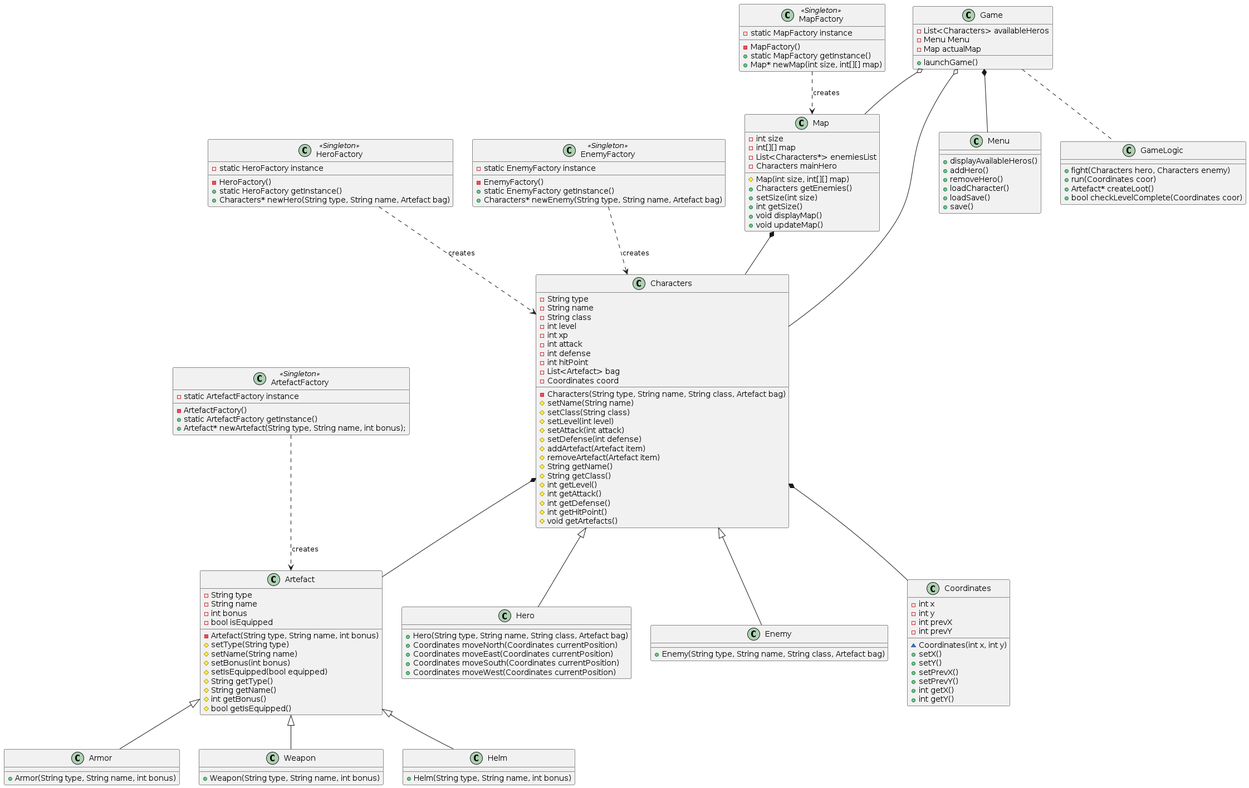
Before: diagrammUML.png, a diagram exported from PlantUML (cypri1-dev/swingy).
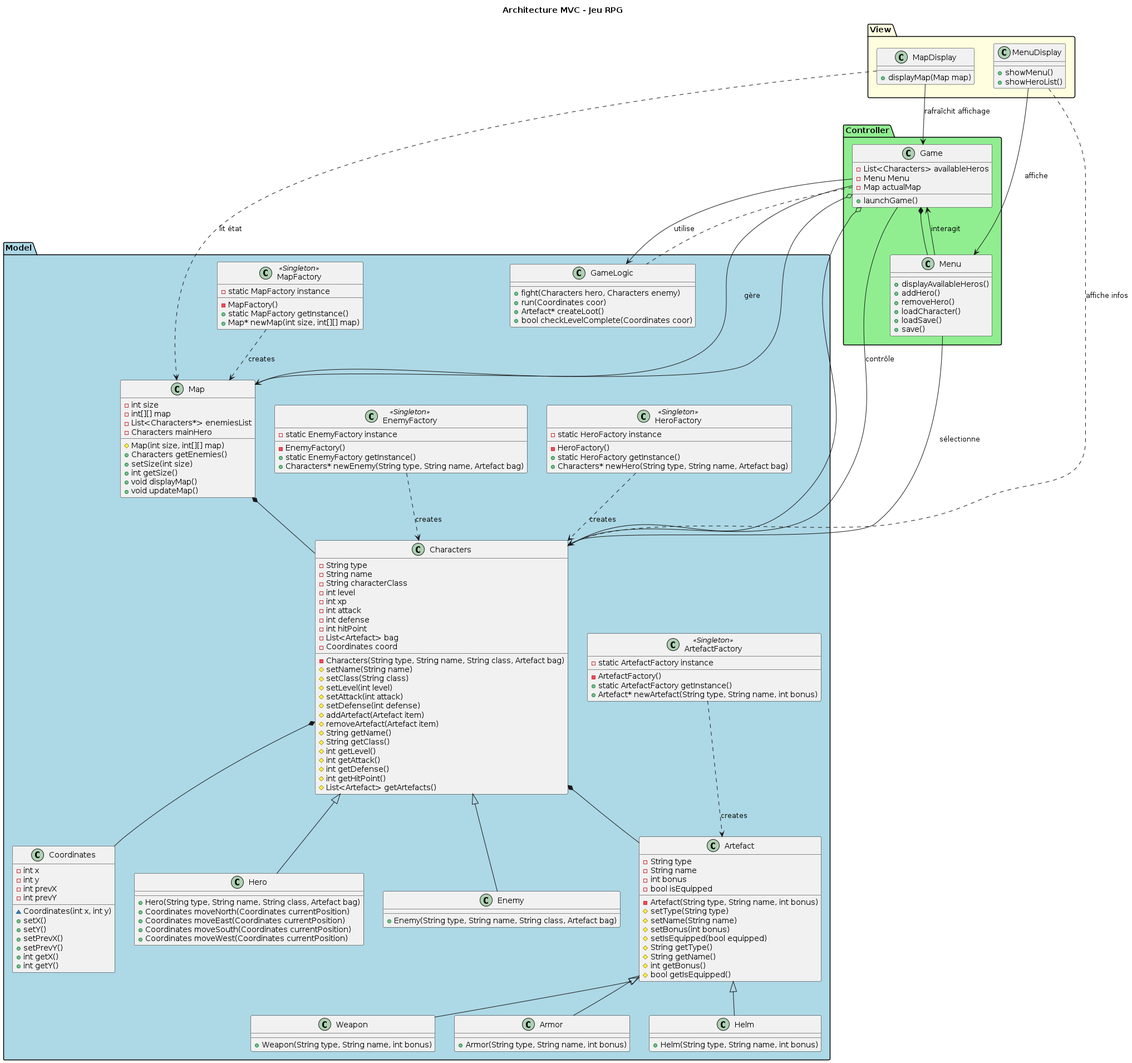
After the commit.

Commit message:
[MODIF]: add MVC preset

What changed in the source:
```diff
@@ -1,4 +1,168 @@
 @startuml
+title Architecture MVC - Jeu RPG
+
+
+package "Model" #LightBlue {
+  class Characters {
+    -String type
+    -String name
+    -String characterClass
+    -int level
+    -int xp
+    -int attack
+    -int defense
+    -int hitPoint
+    -List<Artefact> bag
+    -Coordinates coord
+    -Characters(String type, String name, String class, Artefact bag)
+    #setName(String name)
+    #setClass(String class)
+    #setLevel(int level)
+    #setAttack(int attack)
+    #setDefense(int defense)
+    #addArtefact(Artefact item)
+    #removeArtefact(Artefact item)
+    #String getName()
+    #String getClass()
+    #int getLevel()
+    #int getAttack()
+    #int getDefense()
+    #int getHitPoint()
+    #List<Artefact> getArtefacts()
+  }
+
+  class Hero {
+    +Hero(String type, String name, String class, Artefact bag)
+    +Coordinates moveNorth(Coordinates currentPosition)
+    +Coordinates moveEast(Coordinates currentPosition)
+    +Coordinates moveSouth(Coordinates currentPosition)
+    +Coordinates moveWest(Coordinates currentPosition)
+  }
+
+  class Enemy {
+    +Enemy(String type, String name, String class, Artefact bag)
+  }
+
+  class Artefact {
+    -String type
+    -String name
+    -int bonus
+    -bool isEquipped
+    -Artefact(String type, String name, int bonus)
+    #setType(String type)
+    #setName(String name)
+    #setBonus(int bonus)
+    #setIsEquipped(bool equipped)
+    #String getType()
+    #String getName()
+    #int getBonus()
+    #bool getIsEquipped()
+  }
+
+  class Weapon {
+    +Weapon(String type, String name, int bonus)
+  }
+
+  class Armor {
+    +Armor(String type, String name, int bonus)
+  }
+
+  class Helm {
+    +Helm(String type, String name, int bonus)
+  }
+
+  class Coordinates {
+    -int x
+    -int y
+    -int prevX
+    -int prevY
+    ~Coordinates(int x, int y)
+    +setX()
+    +setY()
+    +setPrevX()
+    +setPrevY()
+    +int getX()
+    +int getY()
+  }
+
+  class Map {
+    -int size
+    -int[][] map
+    -List<Characters*> enemiesList
+    -Characters mainHero
+    #Map(int size, int[][] map)
+    +Characters getEnemies()
+    +setSize(int size)
+    +int getSize()
+    +void displayMap()
+    +void updateMap()
+  }
+
+  class GameLogic {
+    +fight(Characters hero, Characters enemy)
+    +run(Coordinates coor)
+    +Artefact* createLoot()
+    +bool checkLevelComplete(Coordinates coor)
+  }
+
+  class HeroFactory <<Singleton>> {
+    -static HeroFactory instance
+    -HeroFactory()
+    +static HeroFactory getInstance()
+    +Characters* newHero(String type, String name, Artefact bag)
+  }
+
+  class EnemyFactory <<Singleton>> {
+    -static EnemyFactory instance
+    -EnemyFactory()
+    +static EnemyFactory getInstance()
+    +Characters* newEnemy(String type, String name, Artefact bag)
+  }
+
+  class ArtefactFactory <<Singleton>> {
+    -static ArtefactFactory instance
+    -ArtefactFactory()
+    +static ArtefactFactory getInstance()
+    +Artefact* newArtefact(String type, String name, int bonus)
+  }
+
+  class MapFactory <<Singleton>> {
+    -static MapFactory instance
+    -MapFactory()
+    +static MapFactory getInstance()
+    +Map* newMap(int size, int[][] map)
+  }
+}
+
+package "Controller" #LightGreen {
+  class Game {
+    -List<Characters> availableHeros
+    -Menu Menu
+    -Map actualMap
+    +launchGame()
+  }
+
+  class Menu {
+    +displayAvailableHeros()
+    +addHero()
+    +removeHero()
+    +loadCharacter()
+    +loadSave()
+    +save()
+  }
+}
+
+package "View" #LightYellow {
+  class MapDisplay {
+    +displayMap(Map map)
+  }
+
+  class MenuDisplay {
+    +showMenu()
+    +showHeroList()
+  }
+}
+
 
 Characters <|-- Hero
 Characters <|-- Enemy
@@ -17,150 +181,16 @@
 Game *-- Menu
 Game .. GameLogic
 
-class HeroFactory <<Singleton>> {
-  -static HeroFactory instance
-  -HeroFactory()
-  +static HeroFactory getInstance()
-  +Characters* newHero(String type, String name, Artefact bag)
-}
+MenuDisplay --> Menu : affiche
+MapDisplay --> Game : rafraîchit affichage
 
-class EnemyFactory <<Singleton>> {
-  -static EnemyFactory instance
-  -EnemyFactory()
-  +static EnemyFactory getInstance()
-  +Characters* newEnemy(String type, String name, Artefact bag)
-}
+MapDisplay ..> Map : lit état
+MenuDisplay ..> Characters : affiche infos
 
-class ArtefactFactory <<Singleton>> {
-  -static ArtefactFactory instance
-  -ArtefactFactory()
-  +static ArtefactFactory getInstance()
-  +Artefact* newArtefact(String type, String name, int bonus);
-}
-
-class MapFactory <<Singleton>> {
-  -static MapFactory instance
-  -MapFactory()
-  +static MapFactory getInstance()
-  +Map* newMap(int size, int[][] map)
-}
-
-class Artefact {
-  -String type
-  -String name
-  -int bonus
-  -bool isEquipped
-  -Artefact(String type, String name, int bonus)
-  #setType(String type)
-  #setName(String name)
-  #setBonus(int bonus)
-  #setIsEquipped(bool equipped)
-  #String getType()
-  #String getName()
-  #int getBonus()
-  #bool getIsEquipped()
-}
-
-class Weapon {
-  +Weapon(String type, String name, int bonus)
-}
-
-class Armor {
-  +Armor(String type, String name, int bonus)
-}
-
-class Helm {
-  +Helm(String type, String name, int bonus)
-}
-
-class Coordinates {
-  -int x
-  -int y
-  -int prevX
-  -int prevY
-  ~Coordinates(int x, int y)
-  +setX()
-  +setY()
-  +setPrevX()
-  +setPrevY()
-  +int getX()
-  +int getY()
-}
-
-class Characters {
-  -String type
-  -String name
-  -String class
-  -int level
-  -int xp
-  -int attack
-  -int defense
-  -int hitPoint
-  -List<Artefact> bag
-  -Coordinates coord
-  -Characters(String type, String name, String class, Artefact bag)
-  #setName(String name)
-  #setClass(String class)
-  #setLevel(int level)
-  #setAttack(int attack)
-  #setDefense(int defense)
-  #addArtefact(Artefact item)
-  #removeArtefact(Artefact item)
-  #String getName()
-  #String getClass()
-  #int getLevel()
-  #int getAttack()
-  #int getDefense()
-  #int getHitPoint()
-  #void getArtefacts()
-}
-
-class Hero {
-  +Hero(String type, String name, String class, Artefact bag)
-  +Coordinates moveNorth(Coordinates currentPosition)
-  +Coordinates moveEast(Coordinates currentPosition)
-  +Coordinates moveSouth(Coordinates currentPosition)
-  +Coordinates moveWest(Coordinates currentPosition)
-}
-
-class Enemy {
-  +Enemy(String type, String name, String class, Artefact bag)
-}
-
-class Map {
-  -int size
-  -int[][] map
-  -List<Characters*> enemiesList
-  -Characters mainHero
-  #Map(int size, int[][] map)
-  +Characters getEnemies()
-  +setSize(int size)
-  +int getSize()
-  +void displayMap()
-  +void updateMap()
-}
-
-class Game {
-  -List<Characters> availableHeros
-  -Menu Menu
-  -Map actualMap
-  +launchGame()
-}
-
-class Menu {
-  +displayAvailableHeros()
-  +addHero()
-  +removeHero()
-  +loadCharacter()
-  +loadSave()
-  +save()
-}
-
-class GameLogic {
-  +fight(Characters hero, Characters enemy)
-  +run(Coordinates coor)
-  +Artefact* createLoot()
-  +bool checkLevelComplete(Coordinates coor)
-}
+Game --> GameLogic : utilise
+Game --> Map : gère
+Game --> Characters : contrôle
+Menu --> Game : interagit
+Menu --> Characters : sélectionne
 
 @enduml
```
